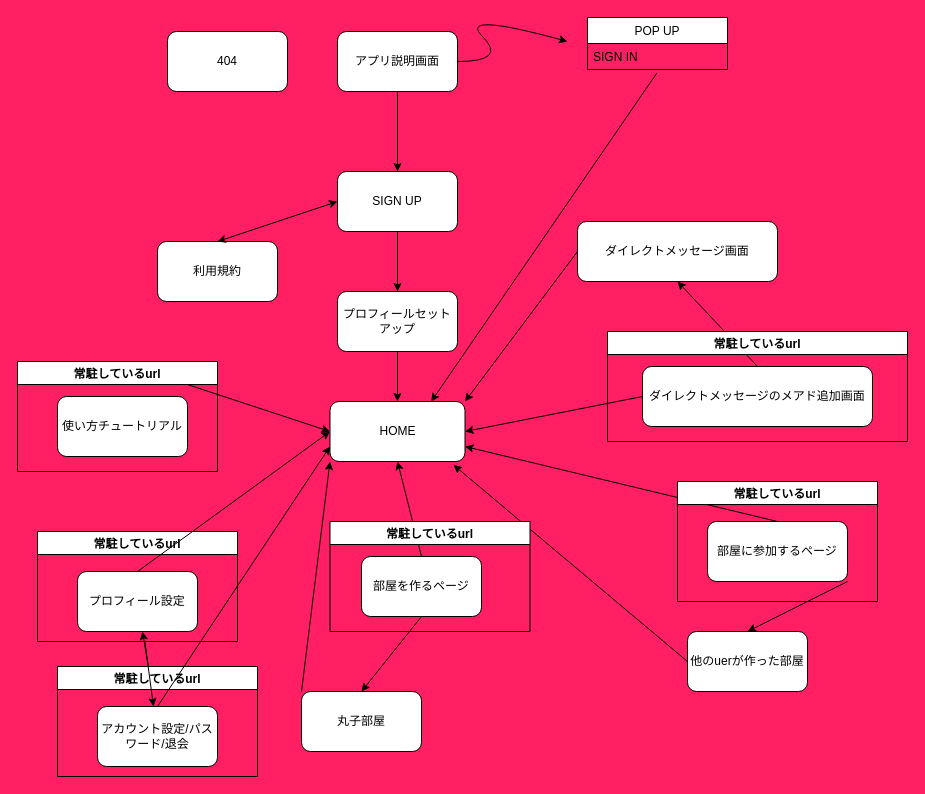
Above: Tree.drawio in HiroCodeTrip/Tsubuyaitta (draw.io), before the change. Source tidied: cells renumbered, new cells numbered last; positions are measured from the earlier drawing's top-left corner, leaving out a move shared by most shapes. Both pictures are drawn from the tidied source at 100%, with x=0, y=0 at pixel (17, 11).
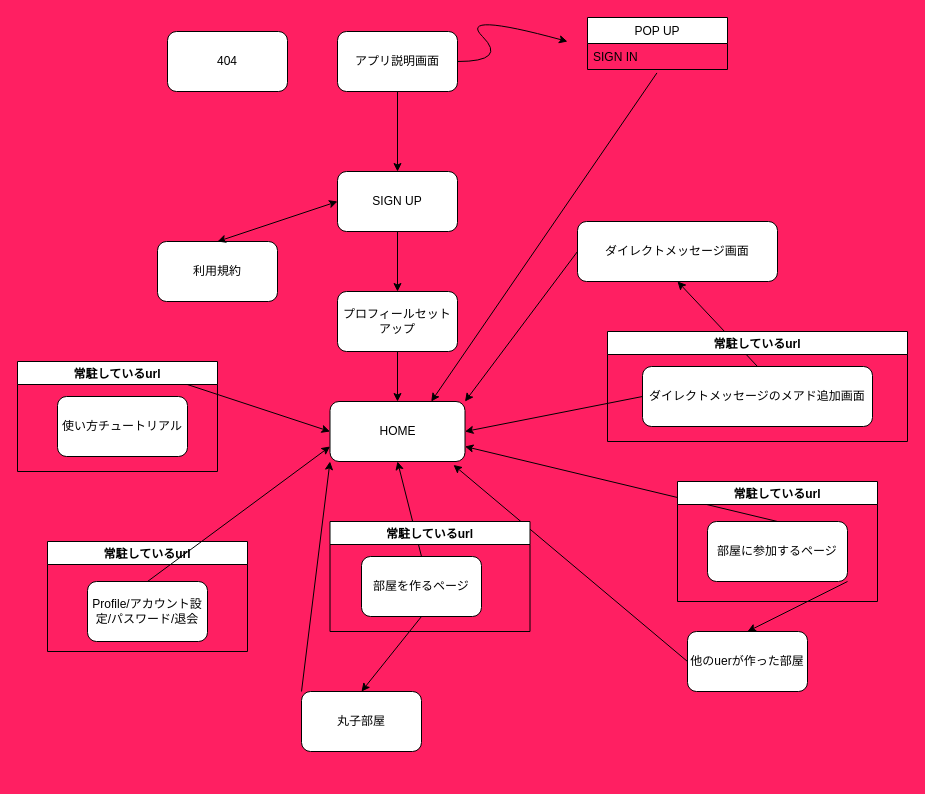
After the change.

Unchanged cells that the change refers to:
```xml
<mxCell id="14" value="HOME" style="rounded=1;whiteSpace=wrap;html=1;" parent="1" vertex="1">
  <mxGeometry x="312.5" y="390" width="135" height="60" as="geometry" />
</mxCell>
```

What changed in the source:
```diff
@@
-    <mxCell id="35" style="edgeStyle=none;html=1;" parent="1" edge="1" source="36" target="41">
-      <mxGeometry relative="1" as="geometry" />
-    </mxCell>
     <mxCell id="36" value="常駐しているurl" style="swimlane;" parent="1" vertex="1">
-      <mxGeometry x="40" y="655" width="200" height="110" as="geometry" />
+      <mxGeometry x="30" y="530" width="200" height="110" as="geometry" />
     </mxCell>
-    <mxCell id="37" value="アカウント設定/パスワード/退会" style="rounded=1;whiteSpace=wrap;html=1;" parent="36" vertex="1">
+    <mxCell id="37" value="Profile/アカウント設定/パスワード/退会" style="rounded=1;whiteSpace=wrap;html=1;" parent="36" vertex="1">
       <mxGeometry x="40" y="40" width="120" height="60" as="geometry" />
     </mxCell>
@@
-    <mxCell id="39" style="edgeStyle=none;html=1;" parent="1" edge="1" source="40" target="37">
-      <mxGeometry relative="1" as="geometry" />
-    </mxCell>
-    <mxCell id="40" value="常駐しているurl" style="swimlane;" parent="1" vertex="1">
-      <mxGeometry x="20" y="520" width="200" height="110" as="geometry" />
-    </mxCell>
-    <mxCell id="41" value="プロフィール設定" style="rounded=1;whiteSpace=wrap;html=1;" parent="40" vertex="1">
-      <mxGeometry x="40" y="40" width="120" height="60" as="geometry" />
-    </mxCell>
-    <mxCell id="42" style="edgeStyle=none;html=1;exitX=0.5;exitY=0;exitDx=0;exitDy=0;entryX=0;entryY=0.5;entryDx=0;entryDy=0;" parent="1" edge="1" source="41" target="14">
-      <mxGeometry relative="1" as="geometry" />
-    </mxCell>
```
